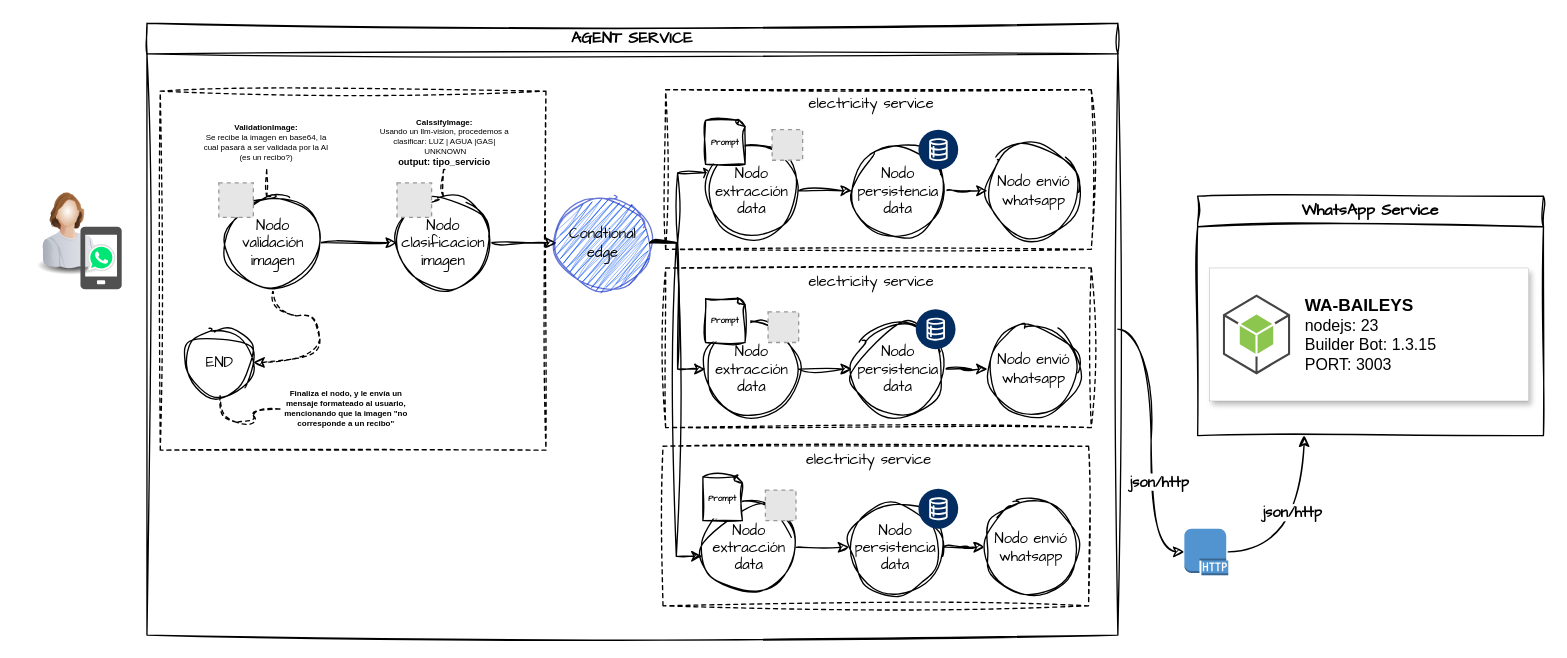
Earlier version of the draw.io diagram architecture/grafo-agente.drawio (Rpeche-pk/maivi-agent). Source tidied: cells renumbered, new cells numbered last; positions are measured from the earlier drawing's top-left corner, leaving out a move shared by most shapes. Both pictures are drawn from the tidied source at 133%, with x=0, y=0 at pixel (23, 23). Pictures stored in the file or linked from it are replaced by grey dashed boxes.
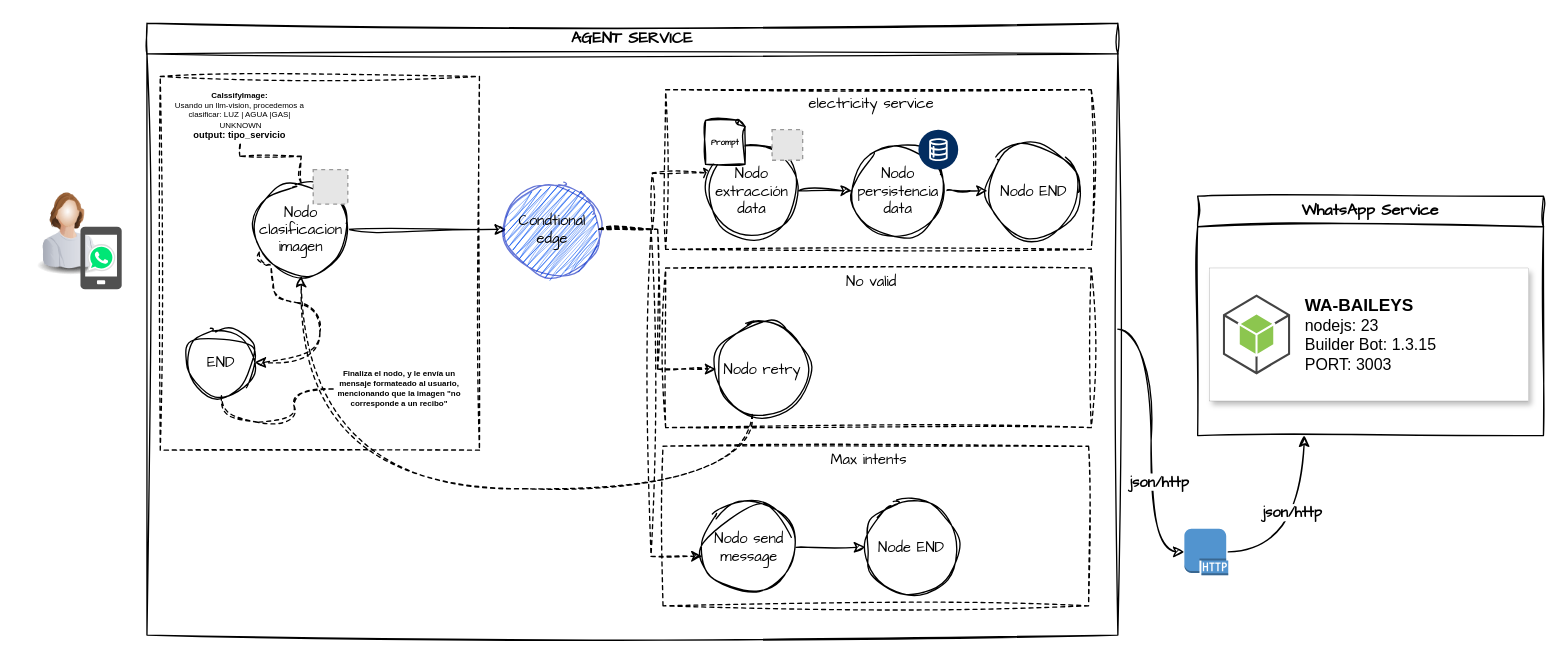
Above is the later version.

Unchanged cells that the change refers to:
```xml
<mxCell id="3" value="AGENT SERVICE" style="swimlane;whiteSpace=wrap;html=1;sketch=1;curveFitting=1;jiggle=2;fontFamily=Comic Sans MS;" parent="1" vertex="1">
  <mxGeometry x="93" width="730" height="460" as="geometry" />
</mxCell>
<mxCell id="22" value="Nodo extracción&lt;div&gt;data&lt;/div&gt;" style="ellipse;whiteSpace=wrap;html=1;fontFamily=Comic Sans MS;fontSize=11;sketch=1;curveFitting=1;jiggle=2;" parent="21" vertex="1">
  <mxGeometry y="18" width="70" height="70" as="geometry" />
</mxCell>
<mxCell id="33" style="group;fontFamily=Comic Sans MS;" parent="3" vertex="1">
  <mxGeometry x="418" y="341" width="70" height="88" as="geometry" />
</mxCell>
```

What changed in the source:
```diff
@@
+    <mxCell id="41" style="rounded=0.5;whiteSpace=wrap;html=1;strokeColor=default;dashed=1;strokeWidth=1;fillColor=none;sketch=1;curveFitting=1;jiggle=2;" parent="3" vertex="1">
+      <mxGeometry x="390" y="184" width="320" height="120" as="geometry" />
+    </mxCell>
     <mxCell id="4" style="rounded=0.5;whiteSpace=wrap;html=1;strokeColor=default;dashed=1;strokeWidth=1;fillColor=none;sketch=1;curveFitting=1;jiggle=2;" parent="3" vertex="1">
-      <mxGeometry x="10" y="51" width="290" height="270" as="geometry" />
+      <mxGeometry x="10" y="40" width="240" height="281" as="geometry" />
     </mxCell>
@@
     <mxCell id="6" style="edgeStyle=orthogonalEdgeStyle;rounded=0;jettySize=auto;html=1;sketch=1;curveFitting=1;jiggle=2;" parent="3" edge="1" source="7" target="19">
-      <mxGeometry relative="1" as="geometry" />
+      <mxGeometry relative="1" as="geometry">
+        <Array as="points">
+          <mxPoint x="270" y="155" />
+          <mxPoint x="270" y="155" />
+        </Array>
+      </mxGeometry>
     </mxCell>
     <mxCell id="7" value="Nodo clasificacion&lt;div&gt;imagen&lt;/div&gt;" style="ellipse;whiteSpace=wrap;html=1;fontFamily=Comic Sans MS;fontSize=11;sketch=1;curveFitting=1;jiggle=2;" parent="3" vertex="1">
-      <mxGeometry x="188" y="130" width="70" height="70" as="geometry" />
+      <mxGeometry x="81" y="120" width="70" height="70" as="geometry" />
     </mxCell>
-    <mxCell id="8" style="edgeStyle=orthogonalEdgeStyle;rounded=0;jettySize=auto;html=1;entryX=1;entryY=0.5;entryDx=0;entryDy=0;curved=1;dashed=1;sketch=1;curveFitting=1;jiggle=2;" parent="3" edge="1" source="10" target="13">
+    <mxCell id="8" style="edgeStyle=orthogonalEdgeStyle;rounded=0;jettySize=auto;html=1;entryX=1;entryY=0.5;entryDx=0;entryDy=0;curved=1;dashed=1;sketch=1;curveFitting=1;jiggle=2;exitX=0.049;exitY=0.745;exitDx=0;exitDy=0;exitPerimeter=0;" parent="3" edge="1" source="7" target="13">
       <mxGeometry relative="1" as="geometry">
         <Array as="points">
-          <mxPoint x="95" y="220" />
-          <mxPoint x="130" y="220" />
+          <mxPoint x="84" y="182" />
+          <mxPoint x="95" y="182" />
+          <mxPoint x="95" y="210" />
+          <mxPoint x="130" y="210" />
           <mxPoint x="130" y="255" />
         </Array>
       </mxGeometry>
     </mxCell>
-    <mxCell id="9" style="edgeStyle=orthogonalEdgeStyle;rounded=0;jettySize=auto;html=1;entryX=0;entryY=0.5;entryDx=0;entryDy=0;sketch=1;curveFitting=1;jiggle=2;" parent="3" edge="1" source="10" target="7">
-      <mxGeometry relative="1" as="geometry" />
-    </mxCell>
-    <mxCell id="10" value="Nodo validación imagen" style="ellipse;whiteSpace=wrap;html=1;fontFamily=Comic Sans MS;fontSize=11;sketch=1;curveFitting=1;jiggle=2;" parent="3" vertex="1">
-      <mxGeometry x="60" y="130" width="70" height="70" as="geometry" />
-    </mxCell>
-    <mxCell id="11" style="edgeStyle=orthogonalEdgeStyle;rounded=0;jettySize=auto;html=1;endArrow=none;endFill=0;dashed=1;sketch=1;curveFitting=1;jiggle=2;" parent="3" edge="1" source="12" target="10">
-      <mxGeometry relative="1" as="geometry" />
-    </mxCell>
-    <mxCell id="12" value="&lt;b&gt;ValidationImage:&lt;/b&gt;&lt;div&gt;Se recibe la imagen en base64, la cual pasará a ser validada por la AI (es un recibo?)&lt;/div&gt;" style="text;html=1;align=center;verticalAlign=middle;whiteSpace=wrap;rounded=0;fontSize=6;sketch=1;curveFitting=1;jiggle=2;" parent="3" vertex="1">
-      <mxGeometry x="40" y="70" width="100" height="40" as="geometry" />
-    </mxCell>
     <mxCell id="13" value="END" style="ellipse;whiteSpace=wrap;html=1;fontFamily=Comic Sans MS;fontSize=11;sketch=1;curveFitting=1;jiggle=2;" parent="3" vertex="1">
-      <mxGeometry x="30" y="230" width="50" height="50" as="geometry" />
+      <mxGeometry x="31" y="230" width="50" height="50" as="geometry" />
     </mxCell>
@@
     <mxCell id="15" value="&lt;b&gt;Finaliza el nodo, y le envía un mensaje formateado al usuario, mencionando que la imagen &quot;no corresponde a un recibo&quot;&lt;/b&gt;" style="text;html=1;align=center;verticalAlign=middle;whiteSpace=wrap;rounded=0;fontSize=6;sketch=1;curveFitting=1;jiggle=2;" parent="3" vertex="1">
-      <mxGeometry x="100" y="270" width="100" height="40" as="geometry" />
+      <mxGeometry x="140" y="255" width="100" height="40" as="geometry" />
     </mxCell>
     <mxCell id="16" value="&lt;b&gt;CalssifyImage:&lt;/b&gt;&lt;div&gt;Usando un llm-vision, procedemos a clasificar: LUZ | AGUA |GAS|&amp;nbsp;UNKNOWN&lt;/div&gt;&lt;div&gt;&lt;span style=&quot;background-color: rgb(255, 255, 255); font-size: 7px; font-weight: 700; text-wrap-mode: nowrap; color: light-dark(rgb(0, 0, 0), rgb(255, 255, 255));&quot;&gt;output: tipo_servicio&lt;/span&gt;&lt;/div&gt;&lt;div&gt;&lt;/div&gt;" style="text;html=1;align=center;verticalAlign=middle;whiteSpace=wrap;rounded=0;fontSize=6;sketch=1;curveFitting=1;jiggle=2;" parent="3" vertex="1">
-      <mxGeometry x="174" y="70" width="100" height="40" as="geometry" />
+      <mxGeometry x="20" y="50" width="100" height="40" as="geometry" />
     </mxCell>
@@
-    <mxCell id="18" style="edgeStyle=orthogonalEdgeStyle;rounded=0;sketch=1;hachureGap=4;jiggle=2;curveFitting=1;jettySize=auto;html=1;entryX=0;entryY=0.5;entryDx=0;entryDy=0;fontFamily=Architects Daughter;" parent="3" edge="1" source="19" target="43">
+    <mxCell id="18" style="edgeStyle=orthogonalEdgeStyle;rounded=0;sketch=1;hachureGap=4;jiggle=2;curveFitting=1;jettySize=auto;html=1;entryX=0;entryY=0.5;entryDx=0;entryDy=0;fontFamily=Architects Daughter;dashed=1;" parent="3" edge="1" source="19" target="43">
       <mxGeometry relative="1" as="geometry" />
     </mxCell>
     <mxCell id="19" value="Condtional edge" style="ellipse;whiteSpace=wrap;html=1;fontFamily=Comic Sans MS;fontSize=11;sketch=1;curveFitting=1;jiggle=2;shadow=0;fillStyle=zigzag;fillColor=#0050ef;fontColor=#000000;strokeColor=#001DBC;opacity=60;" parent="3" vertex="1">
-      <mxGeometry x="308" y="130" width="70" height="70" as="geometry" />
+      <mxGeometry x="270" y="120" width="70" height="70" as="geometry" />
     </mxCell>
-    <mxCell id="20" style="edgeStyle=orthogonalEdgeStyle;rounded=0;sketch=1;hachureGap=4;jiggle=2;curveFitting=1;jettySize=auto;html=1;entryX=0.096;entryY=0.308;entryDx=0;entryDy=0;entryPerimeter=0;fontFamily=Architects Daughter;" parent="3" edge="1" source="19" target="22">
+    <mxCell id="20" style="edgeStyle=orthogonalEdgeStyle;rounded=0;sketch=1;hachureGap=4;jiggle=2;curveFitting=1;jettySize=auto;html=1;entryX=0.096;entryY=0.308;entryDx=0;entryDy=0;entryPerimeter=0;fontFamily=Architects Daughter;dashed=1;" parent="3" edge="1" source="19" target="22">
       <mxGeometry relative="1" as="geometry" />
     </mxCell>
@@
-    <mxCell id="25" style="fillColor=#E6E6E6;strokeColor=#999999;dashed=1;verticalLabelPosition=bottom;labelBackgroundColor=default;verticalAlign=top;" parent="3" vertex="1">
-      <mxGeometry x="54" y="120" width="26" height="26" as="geometry" />
-    </mxCell>
     <mxCell id="26" style="fillColor=#E6E6E6;strokeColor=#999999;dashed=1;verticalLabelPosition=bottom;labelBackgroundColor=default;verticalAlign=top;" parent="3" vertex="1">
-      <mxGeometry x="188" y="120" width="26" height="26" as="geometry" />
+      <mxGeometry x="125" y="110" width="26" height="26" as="geometry" />
     </mxCell>
@@
-    <mxCell id="31" value="Nodo envió&lt;div&gt;whatsapp&lt;/div&gt;" style="ellipse;whiteSpace=wrap;html=1;fontFamily=Comic Sans MS;fontSize=11;sketch=1;curveFitting=1;jiggle=2;" parent="3" vertex="1">
+    <mxCell id="31" value="Nodo END" style="ellipse;whiteSpace=wrap;html=1;fontFamily=Comic Sans MS;fontSize=11;sketch=1;curveFitting=1;jiggle=2;" parent="3" vertex="1">
       <mxGeometry x="632" y="91" width="70" height="70" as="geometry" />
     </mxCell>
@@
-    <mxCell id="34" value="Nodo extracción&lt;div&gt;data&lt;/div&gt;" style="ellipse;whiteSpace=wrap;html=1;fontFamily=Comic Sans MS;fontSize=11;sketch=1;curveFitting=1;jiggle=2;" parent="33" vertex="1">
+    <mxCell id="34" value="Nodo send message" style="ellipse;whiteSpace=wrap;html=1;fontFamily=Comic Sans MS;fontSize=11;sketch=1;curveFitting=1;jiggle=2;" parent="33" vertex="1">
       <mxGeometry y="18" width="70" height="70" as="geometry" />
     </mxCell>
-    <mxCell id="35" value="Prompt" style="whiteSpace=wrap;html=1;shape=mxgraph.basic.document;sketch=1;hachureGap=4;jiggle=2;curveFitting=1;fontFamily=Architects Daughter;fontSize=6;fontStyle=1;" parent="33" vertex="1">
-      <mxGeometry width="30" height="33" as="geometry" />
-    </mxCell>
-    <mxCell id="36" style="fillColor=#E6E6E6;strokeColor=#999999;dashed=1;verticalLabelPosition=bottom;labelBackgroundColor=default;verticalAlign=top;" parent="33" vertex="1">
-      <mxGeometry x="47" y="10" width="23" height="23" as="geometry" />
-    </mxCell>
-    <mxCell id="37" value="electricity service" style="text;html=1;align=center;verticalAlign=middle;whiteSpace=wrap;rounded=0;fontFamily=Comic Sans MS;fontSize=11;" parent="3" vertex="1">
+    <mxCell id="37" value="Max intents" style="text;html=1;align=center;verticalAlign=middle;whiteSpace=wrap;rounded=0;fontFamily=Comic Sans MS;fontSize=11;" parent="3" vertex="1">
       <mxGeometry x="478" y="318" width="130" height="20" as="geometry" />
     </mxCell>
-    <mxCell id="38" style="edgeStyle=orthogonalEdgeStyle;rounded=0;sketch=1;hachureGap=4;jiggle=2;curveFitting=1;jettySize=auto;html=1;entryX=0;entryY=0.5;entryDx=0;entryDy=0;fontFamily=Architects Daughter;" parent="3" edge="1" source="39" target="40">
-      <mxGeometry relative="1" as="geometry" />
-    </mxCell>
-    <mxCell id="39" value="Nodo persistencia&lt;div&gt;data&lt;/div&gt;" style="ellipse;whiteSpace=wrap;html=1;fontFamily=Comic Sans MS;fontSize=11;sketch=1;curveFitting=1;jiggle=2;" parent="3" vertex="1">
-      <mxGeometry x="528" y="359" width="70" height="70" as="geometry" />
-    </mxCell>
-    <mxCell id="40" value="Nodo envió&lt;div&gt;whatsapp&lt;/div&gt;" style="ellipse;whiteSpace=wrap;html=1;fontFamily=Comic Sans MS;fontSize=11;sketch=1;curveFitting=1;jiggle=2;" parent="3" vertex="1">
-      <mxGeometry x="630" y="359" width="70" height="70" as="geometry" />
+    <mxCell id="40" value="Node END" style="ellipse;whiteSpace=wrap;html=1;fontFamily=Comic Sans MS;fontSize=11;sketch=1;curveFitting=1;jiggle=2;" parent="3" vertex="1">
+      <mxGeometry x="540" y="359" width="70" height="70" as="geometry" />
     </mxCell>
-    <mxCell id="41" style="rounded=0.5;whiteSpace=wrap;html=1;strokeColor=default;dashed=1;strokeWidth=1;fillColor=none;sketch=1;curveFitting=1;jiggle=2;" parent="3" vertex="1">
-      <mxGeometry x="390" y="184" width="320" height="120" as="geometry" />
-    </mxCell>
     <mxCell id="42" style="group;fontFamily=Comic Sans MS;" parent="3" vertex="1">
-      <mxGeometry x="420" y="207" width="70" height="88" as="geometry" />
+      <mxGeometry x="428" y="207" width="70" height="88" as="geometry" />
     </mxCell>
-    <mxCell id="43" value="Nodo extracción&lt;div&gt;data&lt;/div&gt;" style="ellipse;whiteSpace=wrap;html=1;fontFamily=Comic Sans MS;fontSize=11;sketch=1;curveFitting=1;jiggle=2;" parent="42" vertex="1">
+    <mxCell id="43" value="Nodo retry" style="ellipse;whiteSpace=wrap;html=1;fontFamily=Comic Sans MS;fontSize=11;sketch=1;curveFitting=1;jiggle=2;" parent="42" vertex="1">
       <mxGeometry y="18" width="70" height="70" as="geometry" />
     </mxCell>
-    <mxCell id="44" value="Prompt" style="whiteSpace=wrap;html=1;shape=mxgraph.basic.document;sketch=1;hachureGap=4;jiggle=2;curveFitting=1;fontFamily=Architects Daughter;fontSize=6;fontStyle=1;" parent="42" vertex="1">
-      <mxGeometry width="30" height="33" as="geometry" />
-    </mxCell>
-    <mxCell id="45" style="fillColor=#E6E6E6;strokeColor=#999999;dashed=1;verticalLabelPosition=bottom;labelBackgroundColor=default;verticalAlign=top;" parent="42" vertex="1">
-      <mxGeometry x="47" y="10" width="23" height="23" as="geometry" />
-    </mxCell>
-    <mxCell id="46" value="electricity service" style="text;html=1;align=center;verticalAlign=middle;whiteSpace=wrap;rounded=0;fontFamily=Comic Sans MS;fontSize=11;" parent="3" vertex="1">
+    <mxCell id="46" value="No valid" style="text;html=1;align=center;verticalAlign=middle;whiteSpace=wrap;rounded=0;fontFamily=Comic Sans MS;fontSize=11;" parent="3" vertex="1">
       <mxGeometry x="480" y="184" width="130" height="20" as="geometry" />
     </mxCell>
-    <mxCell id="47" style="edgeStyle=orthogonalEdgeStyle;rounded=0;sketch=1;hachureGap=4;jiggle=2;curveFitting=1;jettySize=auto;html=1;entryX=0;entryY=0.5;entryDx=0;entryDy=0;fontFamily=Architects Daughter;" parent="3" edge="1" source="48" target="49">
-      <mxGeometry relative="1" as="geometry" />
-    </mxCell>
-    <mxCell id="48" value="Nodo persistencia&lt;div&gt;data&lt;/div&gt;" style="ellipse;whiteSpace=wrap;html=1;fontFamily=Comic Sans MS;fontSize=11;sketch=1;curveFitting=1;jiggle=2;" parent="3" vertex="1">
-      <mxGeometry x="530" y="225" width="70" height="70" as="geometry" />
-    </mxCell>
-    <mxCell id="49" value="Nodo envió&lt;div&gt;whatsapp&lt;/div&gt;" style="ellipse;whiteSpace=wrap;html=1;fontFamily=Comic Sans MS;fontSize=11;sketch=1;curveFitting=1;jiggle=2;" parent="3" vertex="1">
-      <mxGeometry x="632" y="225" width="70" height="70" as="geometry" />
-    </mxCell>
-    <mxCell id="50" style="edgeStyle=orthogonalEdgeStyle;rounded=0;sketch=1;hachureGap=4;jiggle=2;curveFitting=1;jettySize=auto;html=1;entryX=-0.004;entryY=0.597;entryDx=0;entryDy=0;entryPerimeter=0;fontFamily=Architects Daughter;" parent="3" edge="1" source="19" target="34">
+    <mxCell id="50" style="edgeStyle=orthogonalEdgeStyle;rounded=0;sketch=1;hachureGap=4;jiggle=2;curveFitting=1;jettySize=auto;html=1;entryX=-0.004;entryY=0.597;entryDx=0;entryDy=0;entryPerimeter=0;fontFamily=Architects Daughter;dashed=1;" parent="3" edge="1" source="19" target="34">
       <mxGeometry relative="1" as="geometry" />
     </mxCell>
-    <mxCell id="51" style="edgeStyle=orthogonalEdgeStyle;rounded=0;sketch=1;hachureGap=4;jiggle=2;curveFitting=1;jettySize=auto;html=1;fontFamily=Architects Daughter;" parent="3" edge="1" source="43" target="48">
-      <mxGeometry relative="1" as="geometry" />
-    </mxCell>
-    <mxCell id="52" style="edgeStyle=orthogonalEdgeStyle;rounded=0;sketch=1;hachureGap=4;jiggle=2;curveFitting=1;jettySize=auto;html=1;entryX=0;entryY=0.5;entryDx=0;entryDy=0;fontFamily=Architects Daughter;" parent="3" edge="1" source="34" target="39">
+    <mxCell id="52" style="edgeStyle=orthogonalEdgeStyle;rounded=0;sketch=1;hachureGap=4;jiggle=2;curveFitting=1;jettySize=auto;html=1;entryX=0;entryY=0.5;entryDx=0;entryDy=0;fontFamily=Architects Daughter;" parent="3" edge="1" source="34" target="40">
       <mxGeometry relative="1" as="geometry" />
     </mxCell>
@@
-    <mxCell id="54" style="verticalLabelPosition=bottom;html=1;shape=mxgraph.salesforce.data2;fillColorStyles=fillColor2,fillColor3;fillColor2=#032d60;fillColor3=#ffffff;fillColor=none;strokeColor=none;hachureGap=4;fontFamily=Architects Daughter;" parent="3" vertex="1">
-      <mxGeometry x="578" y="215" width="30" height="30" as="geometry" />
-    </mxCell>
-    <mxCell id="55" style="verticalLabelPosition=bottom;html=1;shape=mxgraph.salesforce.data2;fillColorStyles=fillColor2,fillColor3;fillColor2=#032d60;fillColor3=#ffffff;fillColor=none;strokeColor=none;hachureGap=4;fontFamily=Architects Daughter;" parent="3" vertex="1">
-      <mxGeometry x="580" y="350" width="30" height="30" as="geometry" />
-    </mxCell>
+    <mxCell id="70" style="edgeStyle=orthogonalEdgeStyle;rounded=0;sketch=1;hachureGap=4;jiggle=2;curveFitting=1;jettySize=auto;html=1;entryX=0.5;entryY=1;entryDx=0;entryDy=0;fontFamily=Architects Daughter;curved=1;dashed=1;" parent="3" edge="1" source="43" target="7">
+      <mxGeometry relative="1" as="geometry">
+        <Array as="points">
+          <mxPoint x="455" y="350" />
+          <mxPoint x="116" y="350" />
+        </Array>
+      </mxGeometry>
+    </mxCell>
```
